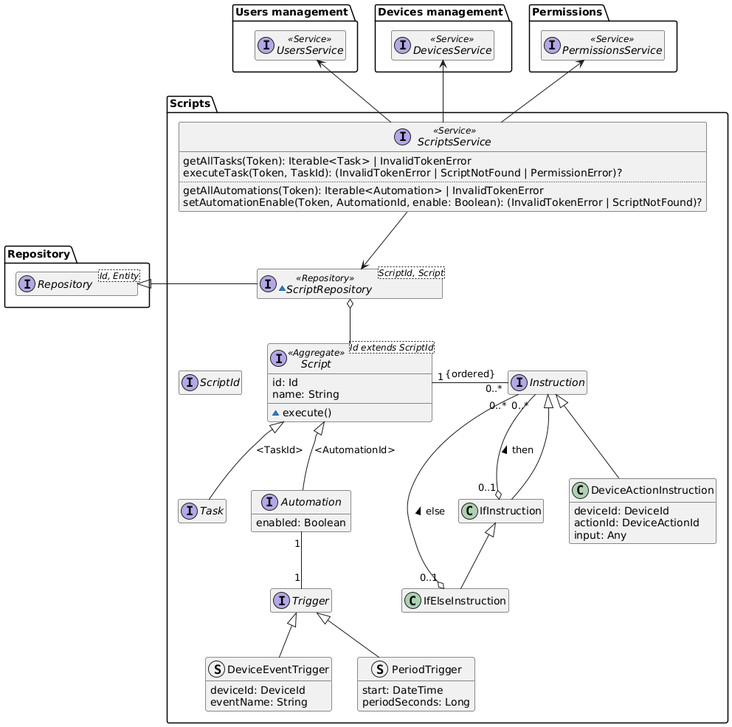
DomoticASW/.github keeps this PlantUML diagram as diagrams/generated/scripts-domain-model.png. Above is the earlier version.
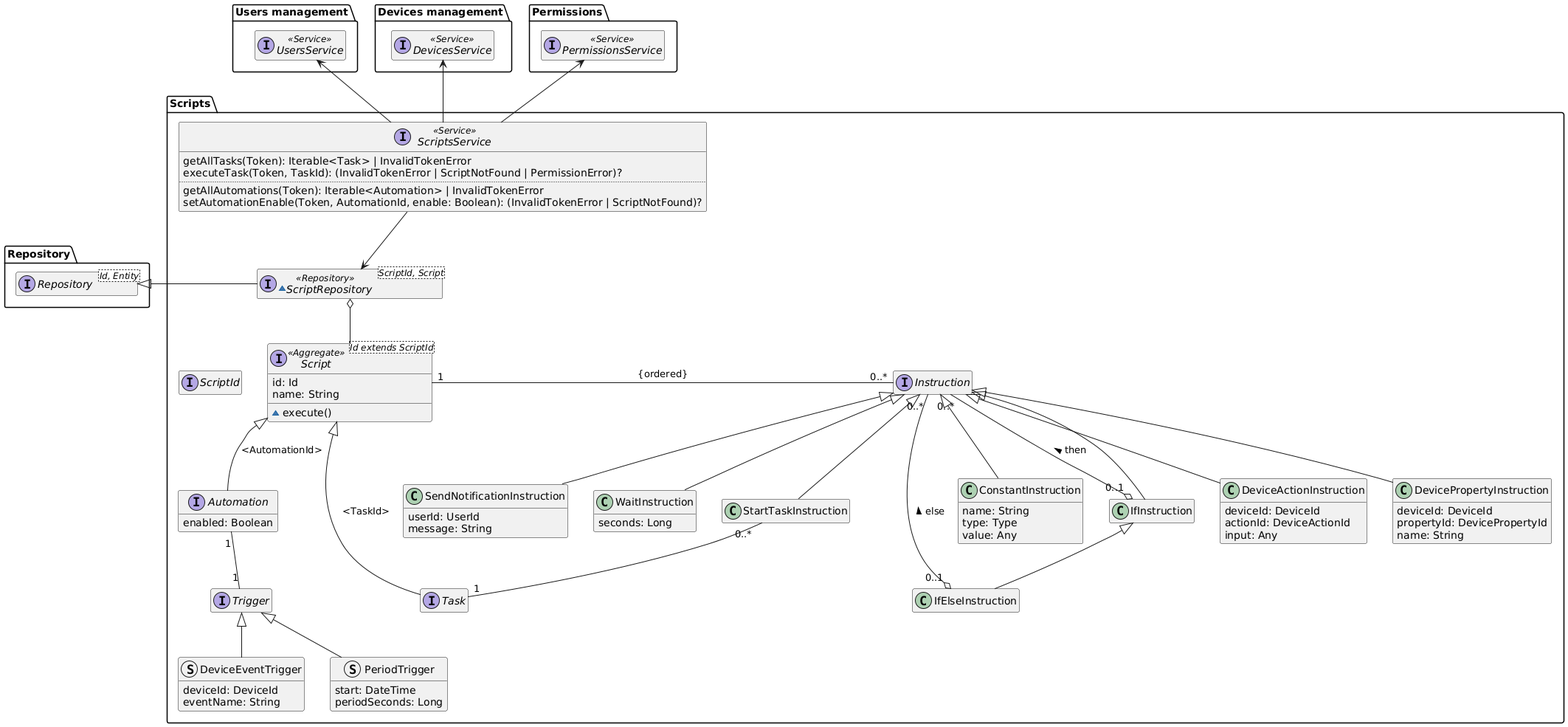
After the commit.

Commit message:
Add all Instruction subclasses

Change to the diagram source:
```diff
@@ -53,10 +53,33 @@
         input: Any
     }
 
+    class DevicePropertyInstruction extends Instruction {
+        deviceId: DeviceId
+        propertyId: DevicePropertyId
+        name: String
+    }
+
     class IfInstruction extends Instruction {
     }
 
     class IfElseInstruction extends IfInstruction {
+    }
+
+    class SendNotificationInstruction extends Instruction {
+        userId: UserId
+        message: String
+    }
+
+    class WaitInstruction extends Instruction {
+        seconds: Long
+    }
+
+    class StartTaskInstruction extends Instruction
+
+    class ConstantInstruction extends Instruction {
+        name: String
+        type: Type
+        value: Any
     }
 
     ~interface ScriptRepository<ScriptId, Script> <<Repository>> {
@@ -79,6 +102,7 @@
     Script "1" -r- "0..*" Instruction : "{ordered}"
     IfInstruction "0..1" o-- "0..*" Instruction : "then >"
     IfElseInstruction "0..1" o-- "0..*" Instruction : "else >"
+    StartTaskInstruction "0..*" -- "1" Task
     ScriptsService --> ScriptRepository
     ScriptsService -u-> Permissions.PermissionsService
     ScriptsService -u-> DevicesManagement.DevicesService
```
